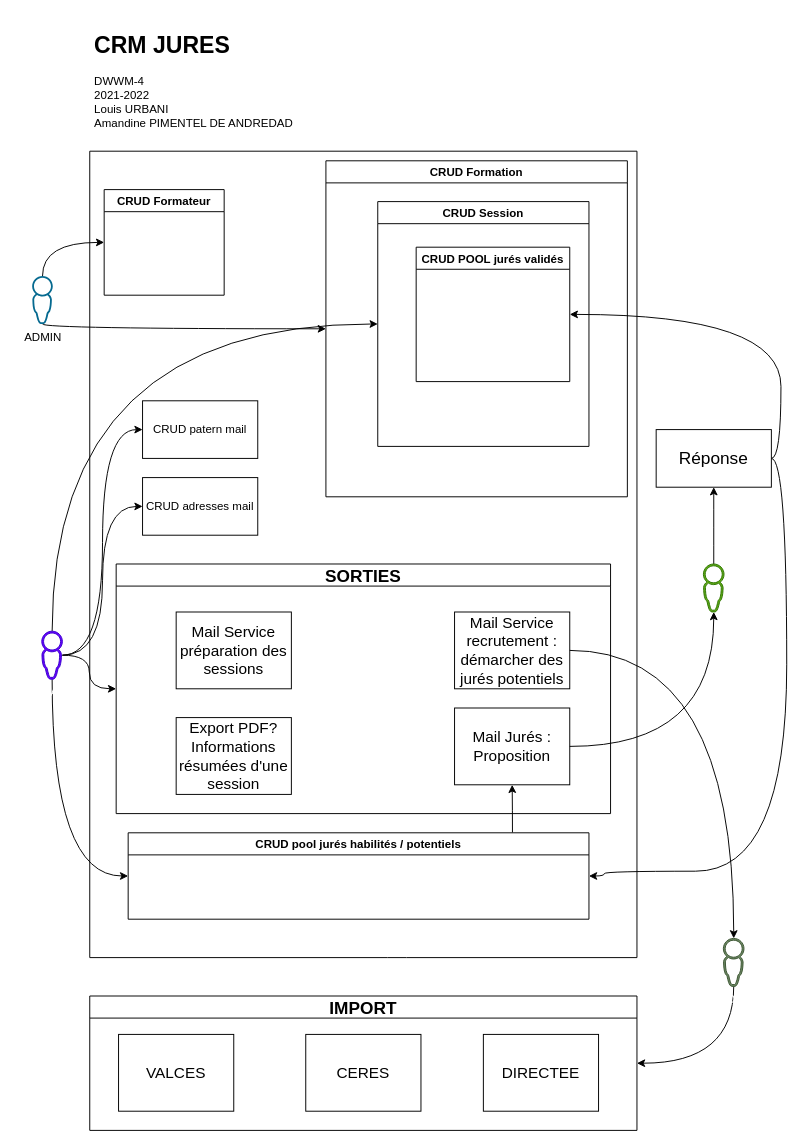
U-Louis/CRM-Jures keeps this draw.io diagram as Documentation/UML/2 functionnal diagram.drawio. Above is the earlier version. Source tidied: cells renumbered, new cells numbered last; positions are measured from the earlier drawing's top-left corner, leaving out a move shared by most shapes. Both pictures are drawn from the tidied source at 96%, with x=0, y=0 at pixel (32, 26).
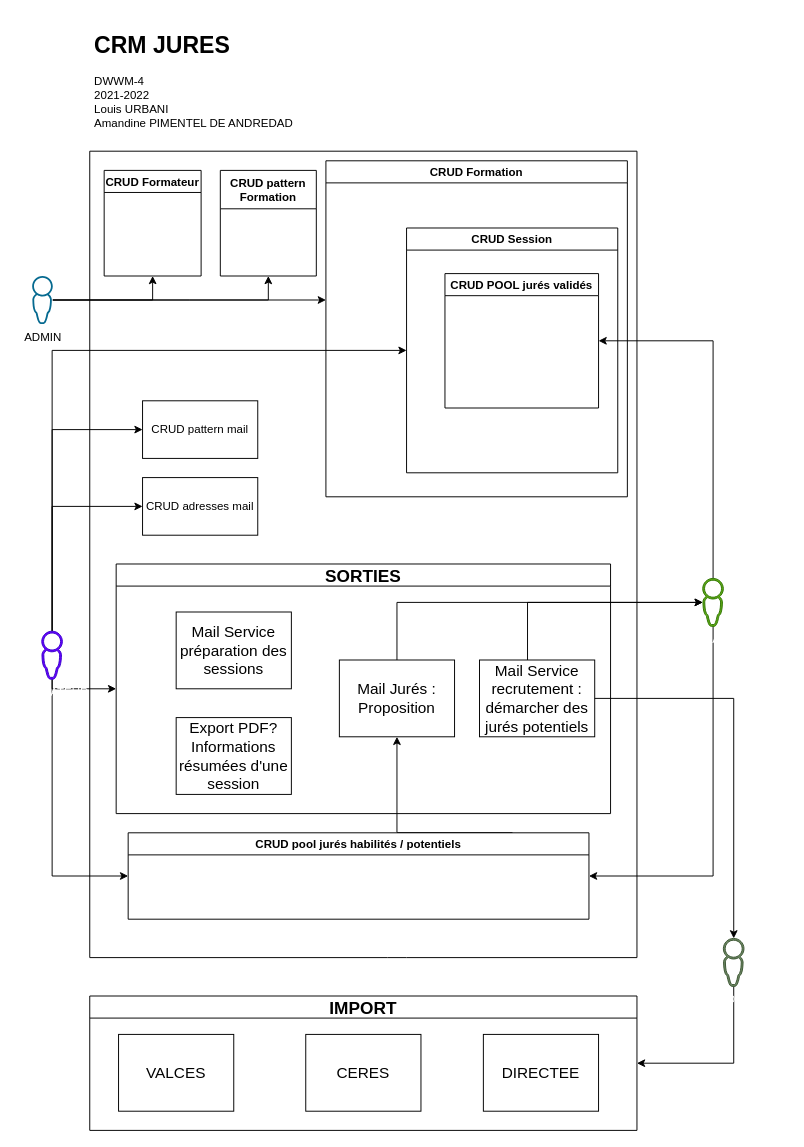
The same page after the edit.

The change refers to these unchanged cells:
```xml
<mxCell id="4" value="ADMIN" style="shadow=0;dashed=0;html=1;strokeColor=none;labelPosition=center;verticalLabelPosition=bottom;verticalAlign=top;align=center;outlineConnect=0;shape=mxgraph.vvd.administrator;fillColor=#066A90;" parent="1" vertex="1">
  <mxGeometry y="260" width="21.5" height="50" as="geometry" />
</mxCell>
<mxCell id="10" value="FORMATEUR" style="shadow=0;dashed=0;html=1;strokeColor=#3700CC;labelPosition=center;verticalLabelPosition=bottom;verticalAlign=top;align=center;outlineConnect=0;shape=mxgraph.vvd.administrator;fillColor=#6a00ff;fontColor=#ffffff;" parent="1" vertex="1">
  <mxGeometry x="10" y="630" width="21.5" height="50" as="geometry" />
</mxCell>
<mxCell id="13" value="CRUD Formation" style="swimlane;" parent="1" vertex="1">
  <mxGeometry x="306" y="140" width="314" height="350" as="geometry" />
</mxCell>
<mxCell id="15" value="CRUD POOL jurés validés" style="swimlane;" parent="14" vertex="1">
  <mxGeometry x="40" y="47.5" width="160" height="140" as="geometry" />
</mxCell>
<mxCell id="17" value="SORTIES" style="swimlane;fontSize=18;" parent="1" vertex="1">
  <mxGeometry x="87.5" y="560" width="515" height="260" as="geometry" />
</mxCell>
<mxCell id="25" value="IMPORT" style="swimlane;fontSize=18;" parent="1" vertex="1">
  <mxGeometry x="60" y="1010" width="570" height="140" as="geometry" />
</mxCell>
<mxCell id="30" value="CRUD pool jurés habilités / potentiels" style="swimlane;startSize=23;" parent="1" vertex="1">
  <mxGeometry x="100" y="840" width="480" height="90" as="geometry" />
</mxCell>
<mxCell id="37" value="JURE POTENTIEL" style="shadow=0;dashed=0;html=1;strokeColor=#3A5431;labelPosition=center;verticalLabelPosition=bottom;verticalAlign=top;align=center;outlineConnect=0;shape=mxgraph.vvd.administrator;fillColor=#6d8764;fontColor=#ffffff;" parent="1" vertex="1">
  <mxGeometry x="720" y="950" width="21.5" height="50" as="geometry" />
</mxCell>
<mxCell id="40" value="CRUD adresses mail" style="whiteSpace=wrap;html=1;" parent="1" vertex="1">
  <mxGeometry x="115" y="470" width="120" height="60" as="geometry" />
</mxCell>
```

The edit, as a diff of the source:
```diff
@@
+    <mxCell id="42" style="edgeStyle=orthogonalEdgeStyle;jettySize=auto;html=1;entryX=0.5;entryY=1;entryDx=0;entryDy=0;rounded=0;" parent="1" edge="1" source="4" target="46">
+      <mxGeometry relative="1" as="geometry" />
+    </mxCell>
-    <mxCell id="2" style="edgeStyle=orthogonalEdgeStyle;curved=1;jettySize=auto;html=1;entryX=0;entryY=0.5;entryDx=0;entryDy=0;" parent="1" edge="1" source="4" target="12">
-      <mxGeometry relative="1" as="geometry">
-        <Array as="points">
-          <mxPoint x="11" y="225" />
-        </Array>
-      </mxGeometry>
+    <mxCell id="2" style="edgeStyle=orthogonalEdgeStyle;rounded=0;jettySize=auto;html=1;entryX=0.5;entryY=1;entryDx=0;entryDy=0;" parent="1" edge="1" source="4" target="12">
+      <mxGeometry relative="1" as="geometry" />
     </mxCell>
-    <mxCell id="3" style="edgeStyle=orthogonalEdgeStyle;curved=1;jettySize=auto;html=1;entryX=0;entryY=0.5;entryDx=0;entryDy=0;" parent="1" edge="1" source="4" target="13">
-      <mxGeometry relative="1" as="geometry">
-        <Array as="points">
-          <mxPoint x="11" y="315" />
-        </Array>
-      </mxGeometry>
-    </mxCell>
+    <mxCell id="43" style="edgeStyle=orthogonalEdgeStyle;rounded=0;jettySize=auto;html=1;" parent="1" edge="1" source="4">
+      <mxGeometry relative="1" as="geometry">
+        <mxPoint x="306" y="285" as="targetPoint" />
+      </mxGeometry>
+    </mxCell>
@@
-    <mxCell id="5" style="edgeStyle=orthogonalEdgeStyle;curved=1;jettySize=auto;html=1;entryX=0;entryY=0.5;entryDx=0;entryDy=0;" parent="1" edge="1" source="10" target="14">
+    <mxCell id="5" style="edgeStyle=orthogonalEdgeStyle;jettySize=auto;html=1;entryX=0;entryY=0.5;entryDx=0;entryDy=0;rounded=0;" parent="1" edge="1" source="10" target="14">
       <mxGeometry relative="1" as="geometry">
         <Array as="points">
-          <mxPoint x="21" y="310" />
+          <mxPoint x="21" y="338" />
         </Array>
       </mxGeometry>
     </mxCell>
-    <mxCell id="6" style="edgeStyle=orthogonalEdgeStyle;curved=1;jettySize=auto;html=1;entryX=0;entryY=0.5;entryDx=0;entryDy=0;" parent="1" edge="1" source="10" target="17">
-      <mxGeometry relative="1" as="geometry" />
+    <mxCell id="6" style="edgeStyle=orthogonalEdgeStyle;jettySize=auto;html=1;entryX=0;entryY=0.5;entryDx=0;entryDy=0;rounded=0;" parent="1" edge="1" source="10" target="17">
+      <mxGeometry relative="1" as="geometry">
+        <Array as="points">
+          <mxPoint x="21" y="690" />
+        </Array>
+      </mxGeometry>
     </mxCell>
-    <mxCell id="7" style="edgeStyle=orthogonalEdgeStyle;curved=1;jettySize=auto;html=1;entryX=0;entryY=0.5;entryDx=0;entryDy=0;" parent="1" edge="1" source="10" target="30">
+    <mxCell id="7" style="edgeStyle=orthogonalEdgeStyle;jettySize=auto;html=1;entryX=0;entryY=0.5;entryDx=0;entryDy=0;rounded=0;" parent="1" edge="1" source="10" target="30">
       <mxGeometry relative="1" as="geometry">
         <Array as="points">
           <mxPoint x="21" y="885" />
         </Array>
       </mxGeometry>
     </mxCell>
-    <mxCell id="8" style="edgeStyle=orthogonalEdgeStyle;jettySize=auto;html=1;entryX=0;entryY=0.5;entryDx=0;entryDy=0;curved=1;" parent="1" edge="1" source="10" target="41">
-      <mxGeometry relative="1" as="geometry" />
+    <mxCell id="8" style="edgeStyle=orthogonalEdgeStyle;jettySize=auto;html=1;entryX=0;entryY=0.5;entryDx=0;entryDy=0;rounded=0;" parent="1" edge="1" source="10" target="41">
+      <mxGeometry relative="1" as="geometry">
+        <Array as="points">
+          <mxPoint x="21" y="420" />
+        </Array>
+      </mxGeometry>
     </mxCell>
-    <mxCell id="9" style="edgeStyle=orthogonalEdgeStyle;curved=1;jettySize=auto;html=1;entryX=0;entryY=0.5;entryDx=0;entryDy=0;" parent="1" edge="1" source="10" target="40">
-      <mxGeometry relative="1" as="geometry" />
+    <mxCell id="9" style="edgeStyle=orthogonalEdgeStyle;jettySize=auto;html=1;entryX=0;entryY=0.5;entryDx=0;entryDy=0;rounded=0;" parent="1" edge="1" source="10" target="40">
+      <mxGeometry relative="1" as="geometry">
+        <Array as="points">
+          <mxPoint x="21" y="500" />
+        </Array>
+      </mxGeometry>
     </mxCell>
@@
     <mxCell id="12" value="CRUD Formateur" style="swimlane;" parent="1" vertex="1">
-      <mxGeometry x="75" y="170" width="125" height="110" as="geometry" />
+      <mxGeometry x="75" y="150" width="101" height="110" as="geometry" />
     </mxCell>
@@
     <mxCell id="14" value="CRUD Session" style="swimlane;" parent="13" vertex="1">
-      <mxGeometry x="54" y="42.5" width="220" height="255" as="geometry" />
+      <mxGeometry x="84" y="70" width="220" height="255" as="geometry" />
     </mxCell>
@@
     <mxCell id="18" value="Mail Jurés :&lt;br style=&quot;font-size: 16px;&quot;&gt;Proposition" style="whiteSpace=wrap;html=1;fontSize=16;" parent="17" vertex="1">
-      <mxGeometry x="352.5" y="150" width="120" height="80" as="geometry" />
+      <mxGeometry x="232.5" y="100" width="120" height="80" as="geometry" />
     </mxCell>
@@
     <mxCell id="21" value="Mail Service recrutement : démarcher des jurés potentiels" style="whiteSpace=wrap;html=1;fontSize=16;" parent="17" vertex="1">
-      <mxGeometry x="352.5" y="50" width="120" height="80" as="geometry" />
+      <mxGeometry x="378.5" y="100" width="120" height="80" as="geometry" />
     </mxCell>
@@
-    <mxCell id="29" style="edgeStyle=orthogonalEdgeStyle;curved=1;jettySize=auto;html=1;entryX=0.5;entryY=1;entryDx=0;entryDy=0;exitX=0.834;exitY=-0.003;exitDx=0;exitDy=0;exitPerimeter=0;" parent="1" edge="1" source="30" target="18">
-      <mxGeometry relative="1" as="geometry" />
+    <mxCell id="29" style="edgeStyle=orthogonalEdgeStyle;jettySize=auto;html=1;entryX=0.5;entryY=1;entryDx=0;entryDy=0;exitX=0.834;exitY=-0.003;exitDx=0;exitDy=0;exitPerimeter=0;rounded=0;" parent="1" edge="1" source="30" target="18">
+      <mxGeometry relative="1" as="geometry">
+        <Array as="points">
+          <mxPoint x="380" y="840" />
+        </Array>
+      </mxGeometry>
     </mxCell>
@@
-    <mxCell id="31" style="edgeStyle=orthogonalEdgeStyle;curved=1;jettySize=auto;html=1;fontSize=18;entryX=1;entryY=0.5;entryDx=0;entryDy=0;exitX=1;exitY=0.5;exitDx=0;exitDy=0;" parent="1" edge="1" source="33" target="15">
-      <mxGeometry relative="1" as="geometry">
-        <Array as="points">
-          <mxPoint x="780" y="450" />
-          <mxPoint x="780" y="300" />
-        </Array>
-      </mxGeometry>
-    </mxCell>
-    <mxCell id="32" style="edgeStyle=orthogonalEdgeStyle;curved=1;jettySize=auto;html=1;entryX=1;entryY=0.5;entryDx=0;entryDy=0;exitX=1;exitY=0.5;exitDx=0;exitDy=0;" parent="1" edge="1" source="33" target="30">
-      <mxGeometry relative="1" as="geometry">
-        <Array as="points">
-          <mxPoint x="786" y="450" />
-          <mxPoint x="786" y="880" />
-          <mxPoint x="596" y="880" />
-          <mxPoint x="596" y="885" />
-        </Array>
-      </mxGeometry>
-    </mxCell>
-    <mxCell id="33" value="Réponse" style="whiteSpace=wrap;html=1;fontSize=18;" parent="1" vertex="1">
-      <mxGeometry x="650" y="420" width="120" height="60" as="geometry" />
-    </mxCell>
-    <mxCell id="34" style="edgeStyle=orthogonalEdgeStyle;curved=1;jettySize=auto;html=1;entryX=0.5;entryY=1;entryDx=0;entryDy=0;" parent="1" edge="1" source="35" target="33">
-      <mxGeometry relative="1" as="geometry" />
-    </mxCell>
+    <mxCell id="44" style="edgeStyle=orthogonalEdgeStyle;rounded=0;jettySize=auto;html=1;entryX=1;entryY=0.5;entryDx=0;entryDy=0;" parent="1" edge="1" source="35" target="15">
+      <mxGeometry relative="1" as="geometry">
+        <Array as="points">
+          <mxPoint x="710" y="327" />
+        </Array>
+      </mxGeometry>
+    </mxCell>
+    <mxCell id="45" style="edgeStyle=orthogonalEdgeStyle;rounded=0;jettySize=auto;html=1;entryX=1;entryY=0.5;entryDx=0;entryDy=0;" parent="1" edge="1" source="35" target="30">
+      <mxGeometry relative="1" as="geometry">
+        <Array as="points">
+          <mxPoint x="710" y="885" />
+        </Array>
+      </mxGeometry>
+    </mxCell>
     <mxCell id="35" value="JURE HABILITE" style="shadow=0;dashed=0;html=1;strokeColor=#2D7600;labelPosition=center;verticalLabelPosition=bottom;verticalAlign=top;align=center;outlineConnect=0;shape=mxgraph.vvd.administrator;fillColor=#60a917;fontColor=#ffffff;" parent="1" vertex="1">
-      <mxGeometry x="699.2" y="560" width="21.5" height="50" as="geometry" />
+      <mxGeometry x="698.5" y="575" width="21.5" height="50" as="geometry" />
     </mxCell>
-    <mxCell id="36" style="edgeStyle=orthogonalEdgeStyle;curved=1;jettySize=auto;html=1;entryX=1;entryY=0.5;entryDx=0;entryDy=0;" parent="1" edge="1" source="37" target="25">
+    <mxCell id="36" style="edgeStyle=orthogonalEdgeStyle;jettySize=auto;html=1;entryX=1;entryY=0.5;entryDx=0;entryDy=0;rounded=0;" parent="1" edge="1" source="37" target="25">
       <mxGeometry relative="1" as="geometry">
         <Array as="points">
           <mxPoint x="731" y="1080" />
         </Array>
       </mxGeometry>
     </mxCell>
@@
-    <mxCell id="38" style="edgeStyle=orthogonalEdgeStyle;curved=1;jettySize=auto;html=1;fontSize=18;" parent="1" edge="1" source="21" target="37">
+    <mxCell id="38" style="edgeStyle=orthogonalEdgeStyle;jettySize=auto;html=1;fontSize=18;rounded=0;" parent="1" edge="1" source="21" target="37">
       <mxGeometry relative="1" as="geometry" />
     </mxCell>
-    <mxCell id="39" style="edgeStyle=orthogonalEdgeStyle;jettySize=auto;html=1;curved=1;" parent="1" edge="1" source="18" target="35">
-      <mxGeometry relative="1" as="geometry" />
+    <mxCell id="39" style="edgeStyle=orthogonalEdgeStyle;jettySize=auto;html=1;rounded=0;startArrow=none;" parent="1" edge="1" source="21" target="35">
+      <mxGeometry relative="1" as="geometry">
+        <Array as="points">
+          <mxPoint x="516" y="600" />
+        </Array>
+      </mxGeometry>
     </mxCell>
@@
-    <mxCell id="41" value="CRUD patern mail" style="whiteSpace=wrap;html=1;" parent="1" vertex="1">
+    <mxCell id="41" value="CRUD pattern mail" style="whiteSpace=wrap;html=1;" parent="1" vertex="1">
       <mxGeometry x="115" y="390" width="120" height="60" as="geometry" />
     </mxCell>
+    <mxCell id="46" value="&#10;CRUD pattern&#10;Formation&#10;" style="swimlane;startSize=40;" parent="1" vertex="1">
+      <mxGeometry x="196" y="150" width="100" height="110" as="geometry" />
+    </mxCell>
+    <mxCell id="47" style="edgeStyle=orthogonalEdgeStyle;rounded=0;jettySize=auto;html=1;" parent="1" edge="1" source="18" target="35">
+      <mxGeometry relative="1" as="geometry">
+        <Array as="points">
+          <mxPoint x="380" y="600" />
+        </Array>
+      </mxGeometry>
+    </mxCell>
```
